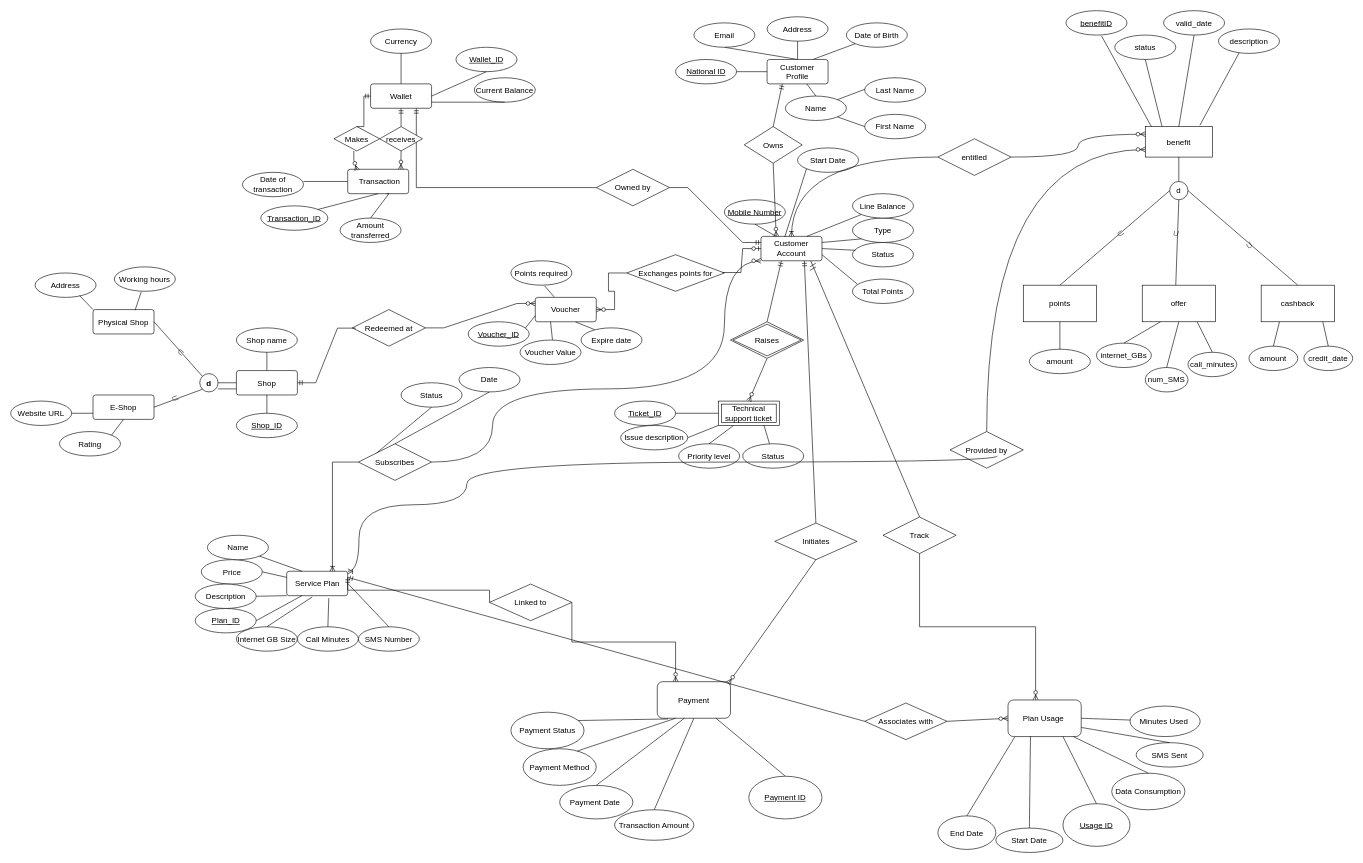
This is mainERD.drawio from itsfadymate/Customer-Data-Management-System, a draw.io file, before an edit. Source tidied: cells renumbered, new cells numbered last; positions are measured from the earlier drawing's top-left corner, leaving out a move shared by most shapes. Both pictures are drawn from the tidied source at 61%, with x=0, y=0 at pixel (10, 10).
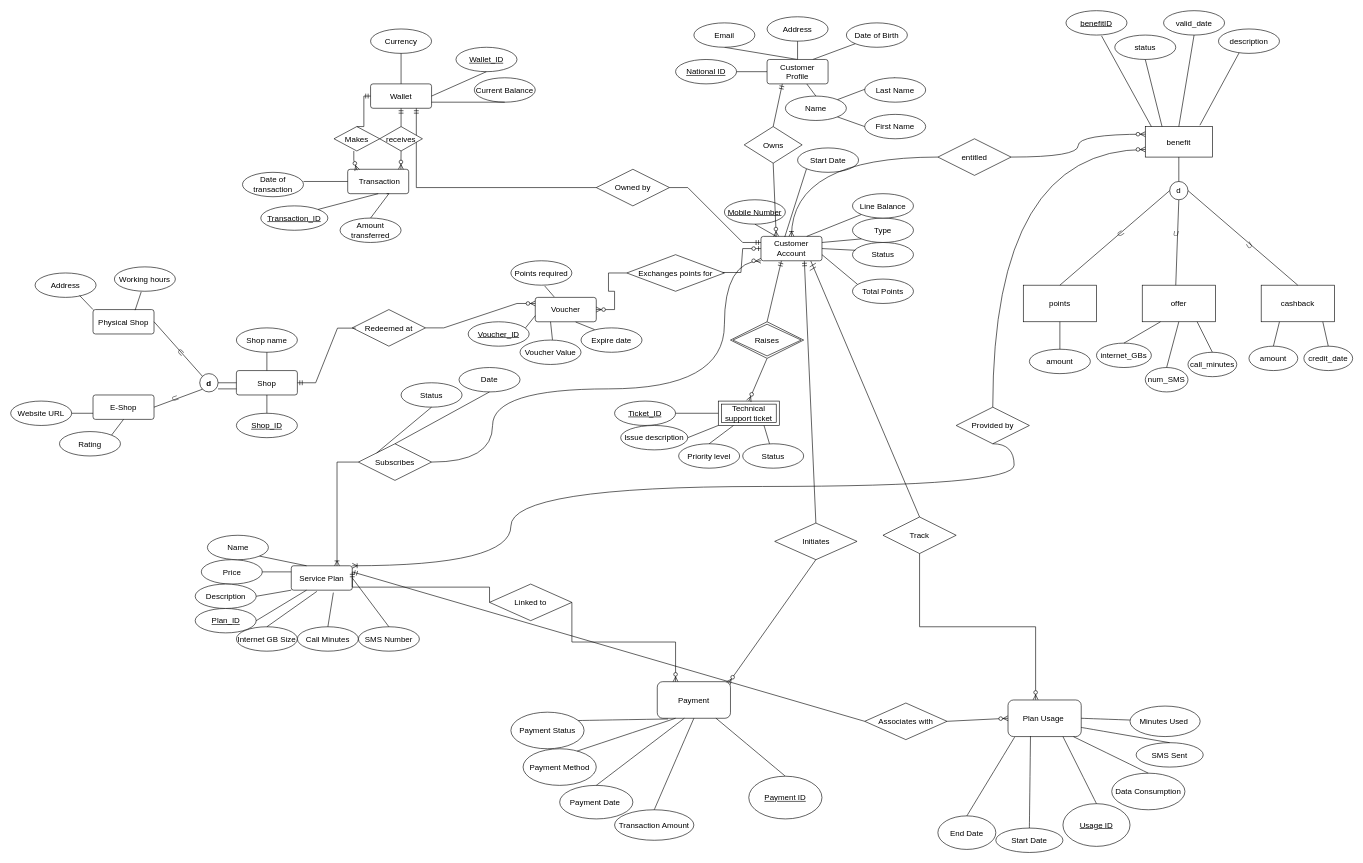
Above is the later version.

Diff of the diagram source:
```diff
@@
     <mxCell id="58" value="Service Plan" style="rounded=1;arcSize=10;whiteSpace=wrap;html=1;align=center;fontSize=13;" parent="1" vertex="1">
-      <mxGeometry x="452.5" y="919" width="100" height="40" as="geometry" />
+      <mxGeometry x="460" y="910" width="100" height="40" as="geometry" />
     </mxCell>
@@
     <mxCell id="147" value="Provided by" style="shape=rhombus;perimeter=rhombusPerimeter;whiteSpace=wrap;html=1;align=center;fontSize=13;" parent="1" vertex="1">
-      <mxGeometry x="1540" y="690" width="120" height="60" as="geometry" />
+      <mxGeometry x="1550" y="650" width="120" height="60" as="geometry" />
     </mxCell>
@@
-    <mxCell id="153" style="edgeStyle=orthogonalEdgeStyle;fontSize=13;html=1;endArrow=ERoneToMany;rounded=0;curved=1;exitX=0.5;exitY=1;exitDx=0;exitDy=0;entryX=1;entryY=0;entryDx=0;entryDy=0;" parent="1" edge="1" target="58">
+    <mxCell id="153" style="fontSize=13;html=1;endArrow=ERoneToMany;rounded=0;entryX=1;entryY=0;entryDx=0;entryDy=0;exitX=0.5;exitY=1;exitDx=0;exitDy=0;edgeStyle=orthogonalEdgeStyle;curved=1;" parent="1" edge="1" source="147" target="58">
       <mxGeometry relative="1" as="geometry">
-        <mxPoint x="1617.5" y="730" as="sourcePoint" />
         <Array as="points">
-          <mxPoint x="1618" y="740" />
-          <mxPoint x="748" y="740" />
-          <mxPoint x="748" y="810" />
-          <mxPoint x="571" y="810" />
-          <mxPoint x="571" y="920" />
+          <mxPoint x="1645" y="710" />
+          <mxPoint x="1645" y="780" />
+          <mxPoint x="820" y="780" />
+          <mxPoint x="820" y="910" />
         </Array>
       </mxGeometry>
     </mxCell>
```
